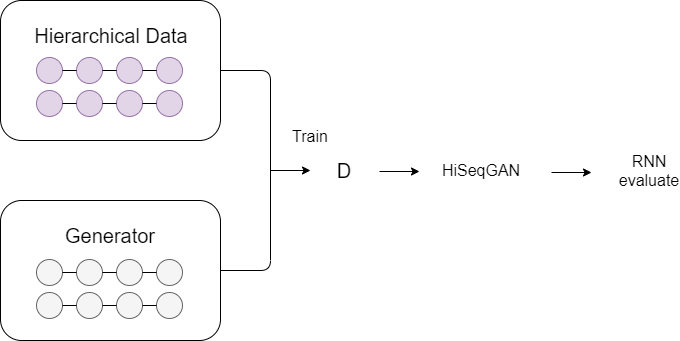
lina2360/HiSeqGan keeps this draw.io diagram as image/RNN.png. Above is the earlier version. Source tidied: cells renumbered, new cells last; positions are measured from the earlier drawing's top-left corner, leaving out a move shared by most shapes. The source it was exported from:
```xml
<mxGraphModel>
  <root>
    <mxCell id="0" />
    <mxCell id="1" parent="0" />
    <mxCell id="2" style="rounded=1;whiteSpace=wrap;html=1;" parent="1" vertex="1">
      <mxGeometry width="220" height="140" as="geometry" />
    </mxCell>
    <mxCell id="3" style="rounded=1;whiteSpace=wrap;html=1;" parent="1" vertex="1">
      <mxGeometry y="200" width="220" height="140" as="geometry" />
    </mxCell>
    <mxCell id="4" style="endArrow=none;html=1;entryX=1;entryY=0.5;entryDx=0;entryDy=0;exitX=1;exitY=0.5;exitDx=0;exitDy=0;" parent="1" edge="1" source="3" target="2">
      <mxGeometry relative="1" as="geometry">
        <Array as="points">
          <mxPoint x="270" y="270" />
          <mxPoint x="270" y="70" />
        </Array>
      </mxGeometry>
    </mxCell>
    <mxCell id="5" style="endArrow=classic;html=1;" parent="1" edge="1">
      <mxGeometry relative="1" as="geometry">
        <mxPoint x="270" y="170" as="sourcePoint" />
        <mxPoint x="310" y="170" as="targetPoint" />
      </mxGeometry>
    </mxCell>
    <mxCell id="6" value="&lt;font style=&quot;font-size: 16px&quot;&gt;Train&lt;/font&gt;" style="text;html=1;strokeColor=none;fillColor=none;align=center;verticalAlign=middle;whiteSpace=wrap;rounded=0;" parent="1" vertex="1">
      <mxGeometry x="290" y="126" width="40" height="20" as="geometry" />
    </mxCell>
    <mxCell id="7" value="&lt;font style=&quot;font-size: 20px&quot;&gt;D&lt;/font&gt;" style="text;html=1;strokeColor=none;fillColor=none;align=center;verticalAlign=middle;whiteSpace=wrap;rounded=0;dashed=1;" parent="1" vertex="1">
      <mxGeometry x="324" y="160" width="40" height="20" as="geometry" />
    </mxCell>
    <mxCell id="8" value="&lt;font style=&quot;font-size: 20px&quot;&gt;Hierarchical Data&lt;/font&gt;" style="text;html=1;strokeColor=none;fillColor=none;align=center;verticalAlign=middle;whiteSpace=wrap;rounded=0;dashed=1;" parent="1" vertex="1">
      <mxGeometry x="21" y="25" width="180" height="20" as="geometry" />
    </mxCell>
    <mxCell id="9" value="&lt;span style=&quot;font-size: 20px&quot;&gt;Generator&lt;/span&gt;" style="text;html=1;strokeColor=none;fillColor=none;align=center;verticalAlign=middle;whiteSpace=wrap;rounded=0;dashed=1;" parent="1" vertex="1">
      <mxGeometry x="20" y="225" width="180" height="20" as="geometry" />
    </mxCell>
    <mxCell id="10" style="ellipse;whiteSpace=wrap;html=1;fillColor=#e1d5e7;strokeColor=#9673a6;" parent="1" vertex="1">
      <mxGeometry x="36" y="57" width="26" height="26" as="geometry" />
    </mxCell>
    <mxCell id="11" style="ellipse;whiteSpace=wrap;html=1;fillColor=#e1d5e7;strokeColor=#9673a6;" parent="1" vertex="1">
      <mxGeometry x="76" y="57" width="26" height="26" as="geometry" />
    </mxCell>
    <mxCell id="12" style="ellipse;whiteSpace=wrap;html=1;fillColor=#e1d5e7;strokeColor=#9673a6;" parent="1" vertex="1">
      <mxGeometry x="116" y="57" width="26" height="26" as="geometry" />
    </mxCell>
    <mxCell id="13" style="ellipse;whiteSpace=wrap;html=1;fillColor=#e1d5e7;strokeColor=#9673a6;" parent="1" vertex="1">
      <mxGeometry x="156" y="57" width="26" height="26" as="geometry" />
    </mxCell>
    <mxCell id="14" style="endArrow=none;html=1;exitX=1;exitY=0.5;exitDx=0;exitDy=0;entryX=0;entryY=0.5;entryDx=0;entryDy=0;" parent="1" edge="1" source="10" target="11">
      <mxGeometry relative="1" as="geometry" />
    </mxCell>
    <mxCell id="15" style="endArrow=none;html=1;exitX=1;exitY=0.5;exitDx=0;exitDy=0;entryX=0;entryY=0.5;entryDx=0;entryDy=0;" parent="1" edge="1" source="11" target="12">
      <mxGeometry relative="1" as="geometry" />
    </mxCell>
    <mxCell id="16" style="endArrow=none;html=1;exitX=1;exitY=0.5;exitDx=0;exitDy=0;entryX=0;entryY=0.5;entryDx=0;entryDy=0;" parent="1" edge="1" source="12" target="13">
      <mxGeometry relative="1" as="geometry" />
    </mxCell>
    <mxCell id="17" style="ellipse;whiteSpace=wrap;html=1;fillColor=#e1d5e7;strokeColor=#9673a6;" parent="1" vertex="1">
      <mxGeometry x="36" y="90" width="26" height="26" as="geometry" />
    </mxCell>
    <mxCell id="18" style="ellipse;whiteSpace=wrap;html=1;fillColor=#e1d5e7;strokeColor=#9673a6;" parent="1" vertex="1">
      <mxGeometry x="76" y="90" width="26" height="26" as="geometry" />
    </mxCell>
    <mxCell id="19" style="ellipse;whiteSpace=wrap;html=1;fillColor=#e1d5e7;strokeColor=#9673a6;" parent="1" vertex="1">
      <mxGeometry x="116" y="90" width="26" height="26" as="geometry" />
    </mxCell>
    <mxCell id="20" style="ellipse;whiteSpace=wrap;html=1;fillColor=#e1d5e7;strokeColor=#9673a6;" parent="1" vertex="1">
      <mxGeometry x="156" y="90" width="26" height="26" as="geometry" />
    </mxCell>
    <mxCell id="21" style="endArrow=none;html=1;exitX=1;exitY=0.5;exitDx=0;exitDy=0;entryX=0;entryY=0.5;entryDx=0;entryDy=0;" parent="1" edge="1" source="17" target="18">
      <mxGeometry relative="1" as="geometry" />
    </mxCell>
    <mxCell id="22" style="endArrow=none;html=1;exitX=1;exitY=0.5;exitDx=0;exitDy=0;entryX=0;entryY=0.5;entryDx=0;entryDy=0;" parent="1" edge="1" source="18" target="19">
      <mxGeometry relative="1" as="geometry" />
    </mxCell>
    <mxCell id="23" style="endArrow=none;html=1;exitX=1;exitY=0.5;exitDx=0;exitDy=0;entryX=0;entryY=0.5;entryDx=0;entryDy=0;" parent="1" edge="1" source="19" target="20">
      <mxGeometry relative="1" as="geometry" />
    </mxCell>
    <mxCell id="24" style="ellipse;whiteSpace=wrap;html=1;fillColor=#f5f5f5;strokeColor=#666666;fontColor=#333333;" parent="1" vertex="1">
      <mxGeometry x="36" y="259" width="26" height="26" as="geometry" />
    </mxCell>
    <mxCell id="25" style="ellipse;whiteSpace=wrap;html=1;fillColor=#f5f5f5;strokeColor=#666666;fontColor=#333333;" parent="1" vertex="1">
      <mxGeometry x="76" y="259" width="26" height="26" as="geometry" />
    </mxCell>
    <mxCell id="26" style="ellipse;whiteSpace=wrap;html=1;fillColor=#f5f5f5;strokeColor=#666666;fontColor=#333333;" parent="1" vertex="1">
      <mxGeometry x="116" y="259" width="26" height="26" as="geometry" />
    </mxCell>
    <mxCell id="27" style="ellipse;whiteSpace=wrap;html=1;fillColor=#f5f5f5;strokeColor=#666666;fontColor=#333333;" parent="1" vertex="1">
      <mxGeometry x="156" y="259" width="26" height="26" as="geometry" />
    </mxCell>
    <mxCell id="28" style="endArrow=none;html=1;exitX=1;exitY=0.5;exitDx=0;exitDy=0;entryX=0;entryY=0.5;entryDx=0;entryDy=0;" parent="1" edge="1" source="24" target="25">
      <mxGeometry relative="1" as="geometry" />
    </mxCell>
    <mxCell id="29" style="endArrow=none;html=1;exitX=1;exitY=0.5;exitDx=0;exitDy=0;entryX=0;entryY=0.5;entryDx=0;entryDy=0;" parent="1" edge="1" source="25" target="26">
      <mxGeometry relative="1" as="geometry" />
    </mxCell>
    <mxCell id="30" style="endArrow=none;html=1;exitX=1;exitY=0.5;exitDx=0;exitDy=0;entryX=0;entryY=0.5;entryDx=0;entryDy=0;" parent="1" edge="1" source="26" target="27">
      <mxGeometry relative="1" as="geometry" />
    </mxCell>
    <mxCell id="31" style="ellipse;whiteSpace=wrap;html=1;fillColor=#f5f5f5;strokeColor=#666666;fontColor=#333333;" parent="1" vertex="1">
      <mxGeometry x="36" y="292" width="26" height="26" as="geometry" />
    </mxCell>
    <mxCell id="32" style="ellipse;whiteSpace=wrap;html=1;fillColor=#f5f5f5;strokeColor=#666666;fontColor=#333333;" parent="1" vertex="1">
      <mxGeometry x="76" y="292" width="26" height="26" as="geometry" />
    </mxCell>
    <mxCell id="33" style="ellipse;whiteSpace=wrap;html=1;fillColor=#f5f5f5;strokeColor=#666666;fontColor=#333333;" parent="1" vertex="1">
      <mxGeometry x="116" y="292" width="26" height="26" as="geometry" />
    </mxCell>
    <mxCell id="34" style="ellipse;whiteSpace=wrap;html=1;fillColor=#f5f5f5;strokeColor=#666666;fontColor=#333333;" parent="1" vertex="1">
      <mxGeometry x="156" y="292" width="26" height="26" as="geometry" />
    </mxCell>
    <mxCell id="35" style="endArrow=none;html=1;exitX=1;exitY=0.5;exitDx=0;exitDy=0;entryX=0;entryY=0.5;entryDx=0;entryDy=0;" parent="1" edge="1" source="31" target="32">
      <mxGeometry relative="1" as="geometry" />
    </mxCell>
    <mxCell id="36" style="endArrow=none;html=1;exitX=1;exitY=0.5;exitDx=0;exitDy=0;entryX=0;entryY=0.5;entryDx=0;entryDy=0;" parent="1" edge="1" source="32" target="33">
      <mxGeometry relative="1" as="geometry" />
    </mxCell>
    <mxCell id="37" style="endArrow=none;html=1;exitX=1;exitY=0.5;exitDx=0;exitDy=0;entryX=0;entryY=0.5;entryDx=0;entryDy=0;" parent="1" edge="1" source="33" target="34">
      <mxGeometry relative="1" as="geometry" />
    </mxCell>
    <mxCell id="38" style="endArrow=classic;html=1;" parent="1" edge="1">
      <mxGeometry relative="1" as="geometry">
        <mxPoint x="379" y="171" as="sourcePoint" />
        <mxPoint x="419" y="171" as="targetPoint" />
      </mxGeometry>
    </mxCell>
    <mxCell id="39" value="&lt;font style=&quot;font-size: 16px&quot;&gt;HiSeqGAN&lt;/font&gt;" style="text;html=1;strokeColor=none;fillColor=none;align=center;verticalAlign=middle;whiteSpace=wrap;rounded=0;" parent="1" vertex="1">
      <mxGeometry x="461" y="160" width="40" height="20" as="geometry" />
    </mxCell>
    <mxCell id="40" style="endArrow=classic;html=1;" parent="1" edge="1">
      <mxGeometry relative="1" as="geometry">
        <mxPoint x="551" y="172" as="sourcePoint" />
        <mxPoint x="591" y="172" as="targetPoint" />
      </mxGeometry>
    </mxCell>
    <mxCell id="41" value="&lt;span style=&quot;font-size: 16px&quot;&gt;RNN evaluate&lt;/span&gt;" style="text;html=1;strokeColor=none;fillColor=none;align=center;verticalAlign=middle;whiteSpace=wrap;rounded=0;" parent="1" vertex="1">
      <mxGeometry x="629" y="160" width="40" height="20" as="geometry" />
    </mxCell>
  </root>
</mxGraphModel>
```
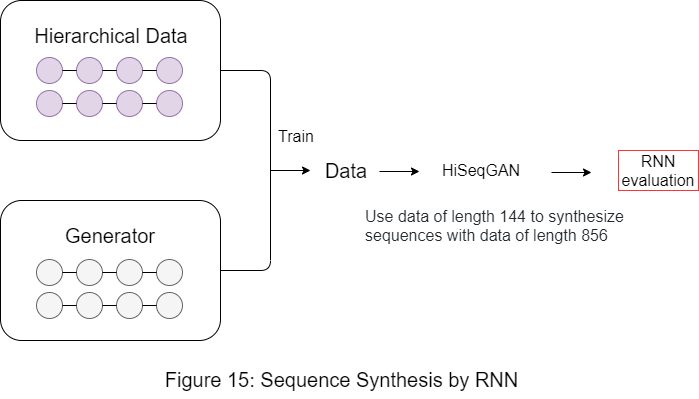
After the change.

Change to the diagram source:
```diff
@@ -23,10 +23,10 @@
       </mxGeometry>
     </mxCell>
     <mxCell id="6" value="&lt;font style=&quot;font-size: 16px&quot;&gt;Train&lt;/font&gt;" style="text;html=1;strokeColor=none;fillColor=none;align=center;verticalAlign=middle;whiteSpace=wrap;rounded=0;" parent="1" vertex="1">
-      <mxGeometry x="290" y="126" width="40" height="20" as="geometry" />
+      <mxGeometry x="276" y="126" width="40" height="20" as="geometry" />
     </mxCell>
-    <mxCell id="7" value="&lt;font style=&quot;font-size: 20px&quot;&gt;D&lt;/font&gt;" style="text;html=1;strokeColor=none;fillColor=none;align=center;verticalAlign=middle;whiteSpace=wrap;rounded=0;dashed=1;" parent="1" vertex="1">
-      <mxGeometry x="324" y="160" width="40" height="20" as="geometry" />
+    <mxCell id="7" value="&lt;font style=&quot;font-size: 20px&quot;&gt;Data&lt;/font&gt;" style="text;html=1;strokeColor=none;fillColor=none;align=center;verticalAlign=middle;whiteSpace=wrap;rounded=0;dashed=1;" parent="1" vertex="1">
+      <mxGeometry x="326" y="160" width="40" height="20" as="geometry" />
     </mxCell>
     <mxCell id="8" value="&lt;font style=&quot;font-size: 20px&quot;&gt;Hierarchical Data&lt;/font&gt;" style="text;html=1;strokeColor=none;fillColor=none;align=center;verticalAlign=middle;whiteSpace=wrap;rounded=0;dashed=1;" parent="1" vertex="1">
       <mxGeometry x="21" y="25" width="180" height="20" as="geometry" />
@@ -133,8 +133,14 @@
         <mxPoint x="591" y="172" as="targetPoint" />
       </mxGeometry>
     </mxCell>
-    <mxCell id="41" value="&lt;span style=&quot;font-size: 16px&quot;&gt;RNN evaluate&lt;/span&gt;" style="text;html=1;strokeColor=none;fillColor=none;align=center;verticalAlign=middle;whiteSpace=wrap;rounded=0;" parent="1" vertex="1">
-      <mxGeometry x="629" y="160" width="40" height="20" as="geometry" />
+    <mxCell id="41" value="&lt;span style=&quot;font-size: 16px&quot;&gt;RNN evaluation&lt;/span&gt;" style="text;html=1;fillColor=none;align=center;verticalAlign=middle;whiteSpace=wrap;rounded=0;strokeColor=#FF3333;" parent="1" vertex="1">
+      <mxGeometry x="618" y="150" width="80" height="40" as="geometry" />
     </mxCell>
+    <mxCell id="42" value="&lt;font style=&quot;font-size: 20px&quot;&gt;Figure 15: Sequence Synthesis by RNN&lt;br&gt;&lt;/font&gt;" style="text;html=1;strokeColor=none;fillColor=none;align=center;verticalAlign=middle;whiteSpace=wrap;rounded=0;" parent="1" vertex="1">
+      <mxGeometry x="161" y="360" width="361" height="38" as="geometry" />
+    </mxCell>
+    <mxCell id="43" value="&lt;span style=&quot;color: rgb(36 , 41 , 46) ; font-size: 16px ; font-style: normal ; font-weight: 400 ; letter-spacing: normal ; text-align: left ; text-indent: 0px ; text-transform: none ; word-spacing: 0px ; background-color: rgb(255 , 255 , 255) ; display: inline ; float: none&quot;&gt;Use data of length 144 to synthesize sequences with data of length 856&lt;/span&gt;" style="text;whiteSpace=wrap;html=1;" parent="1" vertex="1">
+      <mxGeometry x="363" y="200" width="270" height="30" as="geometry" />
+    </mxCell>
   </root>
 </mxGraphModel>
```
